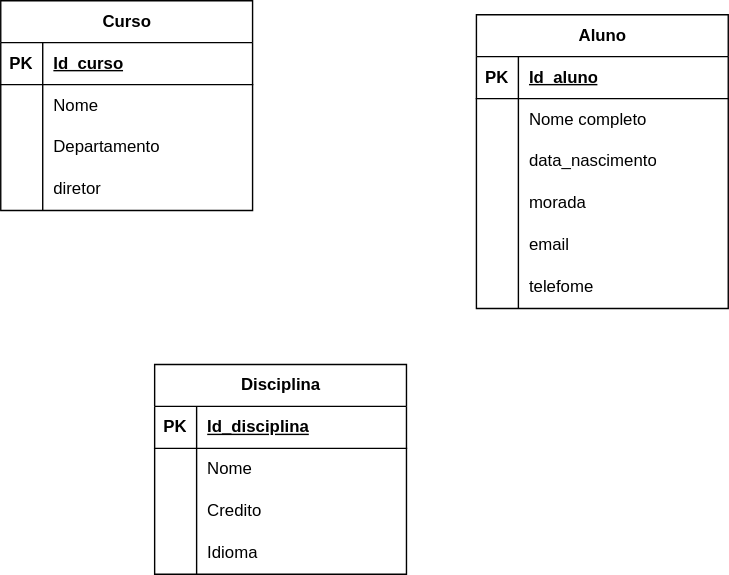
The draw.io diagram crossfootex1.drawio.svg in Pedrosilva778/SGBD, before a commit. Source tidied: cells renumbered, new cells last; positions are measured from the earlier drawing's top-left corner, leaving out a move shared by most shapes.
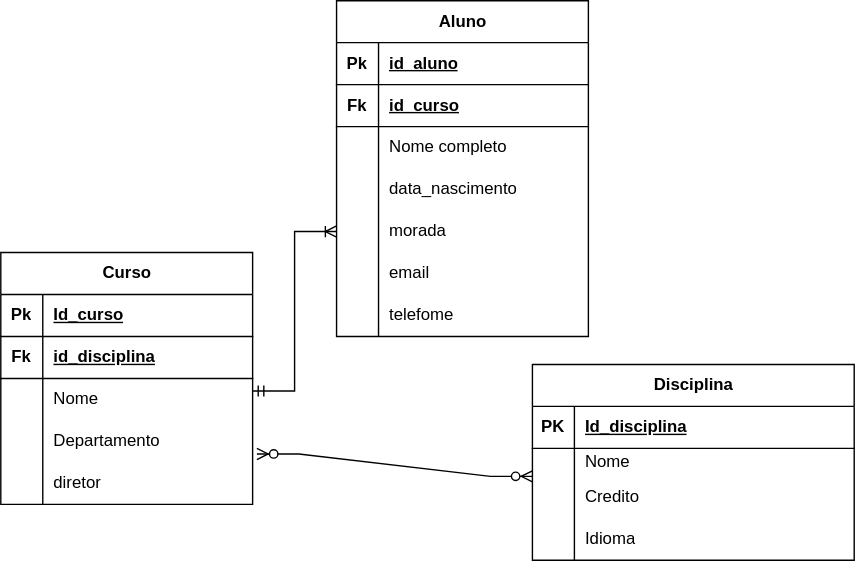
The same file after the commit.

The edit, as a diff of the source:
```diff
@@ -3,19 +3,28 @@
     <mxCell id="0" />
     <mxCell id="1" parent="0" />
     <mxCell id="2" value="Aluno" style="shape=table;startSize=30;rowLines=0;fontStyle=1;align=center;html=1;" parent="1" vertex="1">
-      <mxGeometry x="340" y="10" width="180" height="210" as="geometry" />
+      <mxGeometry x="220" y="-240" width="180" height="240" as="geometry" />
     </mxCell>
+    <mxCell id="47" style="shape=tableRow;horizontal=0;startSize=0;swimlaneHead=0;swimlaneBody=0;fillColor=none;top=0;left=0;right=0;bottom=1;" parent="2" vertex="1">
+      <mxGeometry y="30" width="180" height="30" as="geometry" />
+    </mxCell>
+    <mxCell id="48" value="Pk" style="shape=partialRectangle;fillColor=none;top=0;left=0;bottom=0;right=0;fontStyle=1;overflow=hidden;whiteSpace=wrap;html=1;" parent="47" vertex="1">
+      <mxGeometry width="30" height="30" as="geometry" />
+    </mxCell>
+    <mxCell id="49" value="id_aluno" style="shape=partialRectangle;fillColor=none;top=0;left=0;bottom=0;right=0;align=left;spacingLeft=6;fontStyle=5;overflow=hidden;whiteSpace=wrap;html=1;" parent="47" vertex="1">
+      <mxGeometry x="30" width="150" height="30" as="geometry" />
+    </mxCell>
     <mxCell id="3" style="shape=tableRow;horizontal=0;startSize=0;swimlaneHead=0;swimlaneBody=0;fillColor=none;top=0;left=0;right=0;bottom=1;" parent="2" vertex="1">
-      <mxGeometry y="30" width="180" height="30" as="geometry" />
+      <mxGeometry y="60" width="180" height="30" as="geometry" />
     </mxCell>
-    <mxCell id="4" value="PK" style="shape=partialRectangle;fillColor=none;top=0;left=0;bottom=0;right=0;fontStyle=1;overflow=hidden;whiteSpace=wrap;html=1;" parent="3" vertex="1">
+    <mxCell id="4" value="Fk" style="shape=partialRectangle;fillColor=none;top=0;left=0;bottom=0;right=0;fontStyle=1;overflow=hidden;whiteSpace=wrap;html=1;" parent="3" vertex="1">
       <mxGeometry width="30" height="30" as="geometry" />
     </mxCell>
-    <mxCell id="5" value="Id_aluno" style="shape=partialRectangle;fillColor=none;top=0;left=0;bottom=0;right=0;align=left;spacingLeft=6;fontStyle=5;overflow=hidden;whiteSpace=wrap;html=1;" parent="3" vertex="1">
+    <mxCell id="5" value="id_curso" style="shape=partialRectangle;fillColor=none;top=0;left=0;bottom=0;right=0;align=left;spacingLeft=6;fontStyle=5;overflow=hidden;whiteSpace=wrap;html=1;" parent="3" vertex="1">
       <mxGeometry x="30" width="150" height="30" as="geometry" />
     </mxCell>
     <mxCell id="6" style="shape=tableRow;horizontal=0;startSize=0;swimlaneHead=0;swimlaneBody=0;fillColor=none;top=0;left=0;right=0;bottom=0;" parent="2" vertex="1">
-      <mxGeometry y="60" width="180" height="30" as="geometry" />
+      <mxGeometry y="90" width="180" height="30" as="geometry" />
     </mxCell>
     <mxCell id="7" style="shape=partialRectangle;fillColor=none;top=0;left=0;bottom=0;right=0;overflow=hidden;whiteSpace=wrap;html=1;" parent="6" vertex="1">
       <mxGeometry width="30" height="30" as="geometry" />
@@ -24,7 +33,7 @@
       <mxGeometry x="30" width="150" height="30" as="geometry" />
     </mxCell>
     <mxCell id="9" style="shape=tableRow;horizontal=0;startSize=0;swimlaneHead=0;swimlaneBody=0;fillColor=none;top=0;left=0;right=0;bottom=0;" parent="2" vertex="1">
-      <mxGeometry y="90" width="180" height="30" as="geometry" />
+      <mxGeometry y="120" width="180" height="30" as="geometry" />
     </mxCell>
     <mxCell id="10" style="shape=partialRectangle;fillColor=none;top=0;left=0;bottom=0;right=0;overflow=hidden;whiteSpace=wrap;html=1;" parent="9" vertex="1">
       <mxGeometry width="30" height="30" as="geometry" />
@@ -33,7 +42,7 @@
       <mxGeometry x="30" width="150" height="30" as="geometry" />
     </mxCell>
     <mxCell id="12" style="shape=tableRow;horizontal=0;startSize=0;swimlaneHead=0;swimlaneBody=0;fillColor=none;points=[[0,0.5],[1,0.5]];portConstraint=eastwest;top=0;left=0;right=0;bottom=0;" parent="2" vertex="1">
-      <mxGeometry y="120" width="180" height="30" as="geometry" />
+      <mxGeometry y="150" width="180" height="30" as="geometry" />
     </mxCell>
     <mxCell id="13" style="shape=partialRectangle;fillColor=none;top=0;left=0;bottom=0;right=0;overflow=hidden;whiteSpace=wrap;html=1;" parent="12" vertex="1">
       <mxGeometry width="30" height="30" as="geometry" />
@@ -42,7 +51,7 @@
       <mxGeometry x="30" width="150" height="30" as="geometry" />
     </mxCell>
     <mxCell id="15" style="shape=tableRow;horizontal=0;startSize=0;swimlaneHead=0;swimlaneBody=0;fillColor=none;top=0;left=0;right=0;bottom=0;" parent="2" vertex="1">
-      <mxGeometry y="150" width="180" height="30" as="geometry" />
+      <mxGeometry y="180" width="180" height="30" as="geometry" />
     </mxCell>
     <mxCell id="16" style="shape=partialRectangle;fillColor=none;top=0;left=0;bottom=0;right=0;overflow=hidden;whiteSpace=wrap;html=1;" parent="15" vertex="1">
       <mxGeometry width="30" height="30" as="geometry" />
@@ -51,7 +60,7 @@
       <mxGeometry x="30" width="150" height="30" as="geometry" />
     </mxCell>
     <mxCell id="18" style="shape=tableRow;horizontal=0;startSize=0;swimlaneHead=0;swimlaneBody=0;fillColor=none;top=0;left=0;right=0;bottom=0;" parent="2" vertex="1">
-      <mxGeometry y="180" width="180" height="30" as="geometry" />
+      <mxGeometry y="210" width="180" height="30" as="geometry" />
     </mxCell>
     <mxCell id="19" style="shape=partialRectangle;fillColor=none;top=0;left=0;bottom=0;right=0;overflow=hidden;whiteSpace=wrap;html=1;" parent="18" vertex="1">
       <mxGeometry width="30" height="30" as="geometry" />
@@ -59,83 +68,98 @@
     <mxCell id="20" value="telefome" style="shape=partialRectangle;fillColor=none;top=0;left=0;bottom=0;right=0;align=left;spacingLeft=6;overflow=hidden;whiteSpace=wrap;html=1;" parent="18" vertex="1">
       <mxGeometry x="30" width="150" height="30" as="geometry" />
     </mxCell>
-    <mxCell id="21" value="Curso" style="shape=table;startSize=30;rowLines=0;fontStyle=1;align=center;html=1;" parent="1" vertex="1">
-      <mxGeometry width="180" height="150" as="geometry" />
-    </mxCell>
-    <mxCell id="22" style="shape=tableRow;horizontal=0;startSize=0;swimlaneHead=0;swimlaneBody=0;fillColor=none;top=0;left=0;right=0;bottom=1;" parent="21" vertex="1">
-      <mxGeometry y="30" width="180" height="30" as="geometry" />
-    </mxCell>
-    <mxCell id="23" value="PK" style="shape=partialRectangle;fillColor=none;top=0;left=0;bottom=0;right=0;fontStyle=1;overflow=hidden;whiteSpace=wrap;html=1;" parent="22" vertex="1">
-      <mxGeometry width="30" height="30" as="geometry" />
-    </mxCell>
-    <mxCell id="24" value="Id_curso" style="shape=partialRectangle;fillColor=none;top=0;left=0;bottom=0;right=0;align=left;spacingLeft=6;fontStyle=5;overflow=hidden;whiteSpace=wrap;html=1;" parent="22" vertex="1">
-      <mxGeometry x="30" width="150" height="30" as="geometry" />
-    </mxCell>
-    <mxCell id="25" style="shape=tableRow;horizontal=0;startSize=0;swimlaneHead=0;swimlaneBody=0;fillColor=none;points=[[0,0.5],[1,0.5]];portConstraint=eastwest;top=0;left=0;right=0;bottom=0;" parent="21" vertex="1">
-      <mxGeometry y="60" width="180" height="30" as="geometry" />
-    </mxCell>
-    <mxCell id="26" style="shape=partialRectangle;fillColor=none;top=0;left=0;bottom=0;right=0;overflow=hidden;whiteSpace=wrap;html=1;" parent="25" vertex="1">
-      <mxGeometry width="30" height="30" as="geometry" />
-    </mxCell>
-    <mxCell id="27" value="Nome" style="shape=partialRectangle;fillColor=none;top=0;left=0;bottom=0;right=0;align=left;spacingLeft=6;overflow=hidden;whiteSpace=wrap;html=1;" parent="25" vertex="1">
-      <mxGeometry x="30" width="150" height="30" as="geometry" />
-    </mxCell>
-    <mxCell id="28" style="shape=tableRow;horizontal=0;startSize=0;swimlaneHead=0;swimlaneBody=0;fillColor=none;points=[[0,0.5],[1,0.5]];portConstraint=eastwest;top=0;left=0;right=0;bottom=0;" parent="21" vertex="1">
-      <mxGeometry y="90" width="180" height="30" as="geometry" />
-    </mxCell>
-    <mxCell id="29" style="shape=partialRectangle;fillColor=none;top=0;left=0;bottom=0;right=0;overflow=hidden;whiteSpace=wrap;html=1;" parent="28" vertex="1">
-      <mxGeometry width="30" height="30" as="geometry" />
-    </mxCell>
-    <mxCell id="30" value="Departamento" style="shape=partialRectangle;fillColor=none;top=0;left=0;bottom=0;right=0;align=left;spacingLeft=6;overflow=hidden;whiteSpace=wrap;html=1;" parent="28" vertex="1">
-      <mxGeometry x="30" width="150" height="30" as="geometry" />
-    </mxCell>
-    <mxCell id="31" style="shape=tableRow;horizontal=0;startSize=0;swimlaneHead=0;swimlaneBody=0;fillColor=none;top=0;left=0;right=0;bottom=0;" parent="21" vertex="1">
-      <mxGeometry y="120" width="180" height="30" as="geometry" />
-    </mxCell>
-    <mxCell id="32" style="shape=partialRectangle;fillColor=none;top=0;left=0;bottom=0;right=0;overflow=hidden;whiteSpace=wrap;html=1;" parent="31" vertex="1">
-      <mxGeometry width="30" height="30" as="geometry" />
-    </mxCell>
-    <mxCell id="33" value="diretor" style="shape=partialRectangle;fillColor=none;top=0;left=0;bottom=0;right=0;align=left;spacingLeft=6;overflow=hidden;whiteSpace=wrap;html=1;" parent="31" vertex="1">
-      <mxGeometry x="30" width="150" height="30" as="geometry" />
-    </mxCell>
     <mxCell id="34" value="Disciplina" style="shape=table;startSize=30;rowLines=0;fontStyle=1;align=center;html=1;" parent="1" vertex="1">
-      <mxGeometry x="110" y="260" width="180" height="150" as="geometry" />
+      <mxGeometry x="360" y="20" width="230" height="140" as="geometry" />
     </mxCell>
     <mxCell id="35" style="shape=tableRow;horizontal=0;startSize=0;swimlaneHead=0;swimlaneBody=0;fillColor=none;top=0;left=0;right=0;bottom=1;" parent="34" vertex="1">
-      <mxGeometry y="30" width="180" height="30" as="geometry" />
+      <mxGeometry y="30" width="230" height="30" as="geometry" />
     </mxCell>
     <mxCell id="36" value="PK" style="shape=partialRectangle;fillColor=none;top=0;left=0;bottom=0;right=0;fontStyle=1;overflow=hidden;whiteSpace=wrap;html=1;" parent="35" vertex="1">
       <mxGeometry width="30" height="30" as="geometry" />
     </mxCell>
     <mxCell id="37" value="Id_disciplina" style="shape=partialRectangle;fillColor=none;top=0;left=0;bottom=0;right=0;align=left;spacingLeft=6;fontStyle=5;overflow=hidden;whiteSpace=wrap;html=1;" parent="35" vertex="1">
-      <mxGeometry x="30" width="150" height="30" as="geometry" />
+      <mxGeometry x="30" width="200" height="30" as="geometry" />
     </mxCell>
     <mxCell id="38" style="shape=tableRow;horizontal=0;startSize=0;swimlaneHead=0;swimlaneBody=0;fillColor=none;top=0;left=0;right=0;bottom=0;" parent="34" vertex="1">
-      <mxGeometry y="60" width="180" height="30" as="geometry" />
+      <mxGeometry y="60" width="230" height="20" as="geometry" />
     </mxCell>
     <mxCell id="39" style="shape=partialRectangle;fillColor=none;top=0;left=0;bottom=0;right=0;overflow=hidden;whiteSpace=wrap;html=1;" parent="38" vertex="1">
-      <mxGeometry width="30" height="30" as="geometry" />
+      <mxGeometry width="30" height="20" as="geometry" />
     </mxCell>
     <mxCell id="40" value="Nome" style="shape=partialRectangle;fillColor=none;top=0;left=0;bottom=0;right=0;align=left;spacingLeft=6;overflow=hidden;whiteSpace=wrap;html=1;" parent="38" vertex="1">
-      <mxGeometry x="30" width="150" height="30" as="geometry" />
+      <mxGeometry x="30" width="200" height="20" as="geometry" />
     </mxCell>
     <mxCell id="41" style="shape=tableRow;horizontal=0;startSize=0;swimlaneHead=0;swimlaneBody=0;fillColor=none;points=[[0,0.5],[1,0.5]];portConstraint=eastwest;top=0;left=0;right=0;bottom=0;" parent="34" vertex="1">
-      <mxGeometry y="90" width="180" height="30" as="geometry" />
+      <mxGeometry y="80" width="230" height="30" as="geometry" />
     </mxCell>
     <mxCell id="42" style="shape=partialRectangle;fillColor=none;top=0;left=0;bottom=0;right=0;overflow=hidden;whiteSpace=wrap;html=1;" parent="41" vertex="1">
       <mxGeometry width="30" height="30" as="geometry" />
     </mxCell>
     <mxCell id="43" value="Credito" style="shape=partialRectangle;fillColor=none;top=0;left=0;bottom=0;right=0;align=left;spacingLeft=6;overflow=hidden;whiteSpace=wrap;html=1;" parent="41" vertex="1">
-      <mxGeometry x="30" width="150" height="30" as="geometry" />
+      <mxGeometry x="30" width="200" height="30" as="geometry" />
     </mxCell>
     <mxCell id="44" style="shape=tableRow;horizontal=0;startSize=0;swimlaneHead=0;swimlaneBody=0;fillColor=none;top=0;left=0;right=0;bottom=0;" parent="34" vertex="1">
-      <mxGeometry y="120" width="180" height="30" as="geometry" />
+      <mxGeometry y="110" width="230" height="30" as="geometry" />
     </mxCell>
     <mxCell id="45" style="shape=partialRectangle;fillColor=none;top=0;left=0;bottom=0;right=0;overflow=hidden;whiteSpace=wrap;html=1;" parent="44" vertex="1">
       <mxGeometry width="30" height="30" as="geometry" />
     </mxCell>
     <mxCell id="46" value="Idioma" style="shape=partialRectangle;fillColor=none;top=0;left=0;bottom=0;right=0;align=left;spacingLeft=6;overflow=hidden;whiteSpace=wrap;html=1;" parent="44" vertex="1">
-      <mxGeometry x="30" width="150" height="30" as="geometry" />
+      <mxGeometry x="30" width="200" height="30" as="geometry" />
     </mxCell>
+    <mxCell id="21" value="Curso" style="shape=table;startSize=30;rowLines=0;fontStyle=1;align=center;html=1;" parent="1" vertex="1">
+      <mxGeometry x="-20" y="-60" width="180" height="180" as="geometry" />
+    </mxCell>
+    <mxCell id="50" style="shape=tableRow;horizontal=0;startSize=0;swimlaneHead=0;swimlaneBody=0;fillColor=none;top=0;left=0;right=0;bottom=1;" parent="21" vertex="1">
+      <mxGeometry y="30" width="180" height="30" as="geometry" />
+    </mxCell>
+    <mxCell id="51" value="Pk" style="shape=partialRectangle;fillColor=none;top=0;left=0;bottom=0;right=0;fontStyle=1;overflow=hidden;whiteSpace=wrap;html=1;" parent="50" vertex="1">
+      <mxGeometry width="30" height="30" as="geometry" />
+    </mxCell>
+    <mxCell id="52" value="Id_curso" style="shape=partialRectangle;fillColor=none;top=0;left=0;bottom=0;right=0;align=left;spacingLeft=6;fontStyle=5;overflow=hidden;whiteSpace=wrap;html=1;" parent="50" vertex="1">
+      <mxGeometry x="30" width="150" height="30" as="geometry" />
+    </mxCell>
+    <mxCell id="22" style="shape=tableRow;horizontal=0;startSize=0;swimlaneHead=0;swimlaneBody=0;fillColor=none;top=0;left=0;right=0;bottom=1;" parent="21" vertex="1">
+      <mxGeometry y="60" width="180" height="30" as="geometry" />
+    </mxCell>
+    <mxCell id="23" value="Fk" style="shape=partialRectangle;fillColor=none;top=0;left=0;bottom=0;right=0;fontStyle=1;overflow=hidden;whiteSpace=wrap;html=1;" parent="22" vertex="1">
+      <mxGeometry width="30" height="30" as="geometry" />
+    </mxCell>
+    <mxCell id="24" value="id_disciplina" style="shape=partialRectangle;fillColor=none;top=0;left=0;bottom=0;right=0;align=left;spacingLeft=6;fontStyle=5;overflow=hidden;whiteSpace=wrap;html=1;" parent="22" vertex="1">
+      <mxGeometry x="30" width="150" height="30" as="geometry" />
+    </mxCell>
+    <mxCell id="25" style="shape=tableRow;horizontal=0;startSize=0;swimlaneHead=0;swimlaneBody=0;fillColor=none;points=[[0,0.5],[1,0.5]];portConstraint=eastwest;top=0;left=0;right=0;bottom=0;" parent="21" vertex="1">
+      <mxGeometry y="90" width="180" height="30" as="geometry" />
+    </mxCell>
+    <mxCell id="26" style="shape=partialRectangle;fillColor=none;top=0;left=0;bottom=0;right=0;overflow=hidden;whiteSpace=wrap;html=1;" parent="25" vertex="1">
+      <mxGeometry width="30" height="30" as="geometry" />
+    </mxCell>
+    <mxCell id="27" value="Nome" style="shape=partialRectangle;fillColor=none;top=0;left=0;bottom=0;right=0;align=left;spacingLeft=6;overflow=hidden;whiteSpace=wrap;html=1;" parent="25" vertex="1">
+      <mxGeometry x="30" width="150" height="30" as="geometry" />
+    </mxCell>
+    <mxCell id="28" style="shape=tableRow;horizontal=0;startSize=0;swimlaneHead=0;swimlaneBody=0;fillColor=none;points=[[0,0.5],[1,0.5]];portConstraint=eastwest;top=0;left=0;right=0;bottom=0;" parent="21" vertex="1">
+      <mxGeometry y="120" width="180" height="30" as="geometry" />
+    </mxCell>
+    <mxCell id="29" style="shape=partialRectangle;fillColor=none;top=0;left=0;bottom=0;right=0;overflow=hidden;whiteSpace=wrap;html=1;" parent="28" vertex="1">
+      <mxGeometry width="30" height="30" as="geometry" />
+    </mxCell>
+    <mxCell id="30" value="Departamento" style="shape=partialRectangle;fillColor=none;top=0;left=0;bottom=0;right=0;align=left;spacingLeft=6;overflow=hidden;whiteSpace=wrap;html=1;" parent="28" vertex="1">
+      <mxGeometry x="30" width="150" height="30" as="geometry" />
+    </mxCell>
+    <mxCell id="31" style="shape=tableRow;horizontal=0;startSize=0;swimlaneHead=0;swimlaneBody=0;fillColor=none;top=0;left=0;right=0;bottom=0;" parent="21" vertex="1">
+      <mxGeometry y="150" width="180" height="30" as="geometry" />
+    </mxCell>
+    <mxCell id="32" style="shape=partialRectangle;fillColor=none;top=0;left=0;bottom=0;right=0;overflow=hidden;whiteSpace=wrap;html=1;" parent="31" vertex="1">
+      <mxGeometry width="30" height="30" as="geometry" />
+    </mxCell>
+    <mxCell id="33" value="diretor" style="shape=partialRectangle;fillColor=none;top=0;left=0;bottom=0;right=0;align=left;spacingLeft=6;overflow=hidden;whiteSpace=wrap;html=1;" parent="31" vertex="1">
+      <mxGeometry x="30" width="150" height="30" as="geometry" />
+    </mxCell>
+    <mxCell id="53" style="edgeStyle=entityRelationEdgeStyle;fontSize=12;html=1;endArrow=ERoneToMany;startArrow=ERmandOne;rounded=0;entryX=0;entryY=0.5;entryDx=0;entryDy=0;exitX=1;exitY=0.3;exitDx=0;exitDy=0;exitPerimeter=0;" parent="1" edge="1" source="25" target="12">
+      <mxGeometry relative="1" as="geometry" />
+    </mxCell>
+    <mxCell id="54" style="edgeStyle=entityRelationEdgeStyle;fontSize=12;html=1;endArrow=ERzeroToMany;endFill=1;startArrow=ERzeroToMany;rounded=0;entryX=1.017;entryY=0.8;entryDx=0;entryDy=0;entryPerimeter=0;exitX=0;exitY=0;exitDx=0;exitDy=0;exitPerimeter=0;" parent="1" edge="1" source="41" target="28">
+      <mxGeometry relative="1" as="geometry" />
+    </mxCell>
   </root>
 </mxGraphModel>
```
